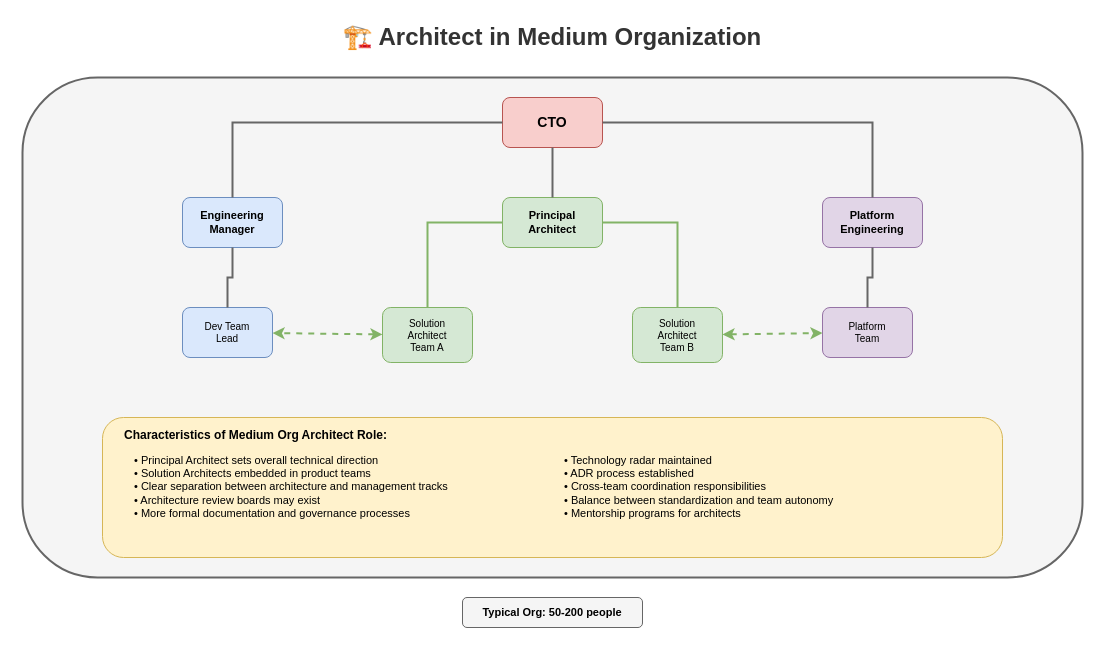
Before: lesson-00-software-architect-overview/02-organizational-positioning/2.2-org-structure-medium.drawio in MrParkerZ7/document-lesson-software-architect-x-claude, a draw.io diagram. Source tidied: cells renumbered, new cells numbered last; positions are measured from the earlier drawing's top-left corner, leaving out a move shared by most shapes. Both pictures are drawn from the tidied source at 100%, with x=0, y=0 at pixel (22, 17).
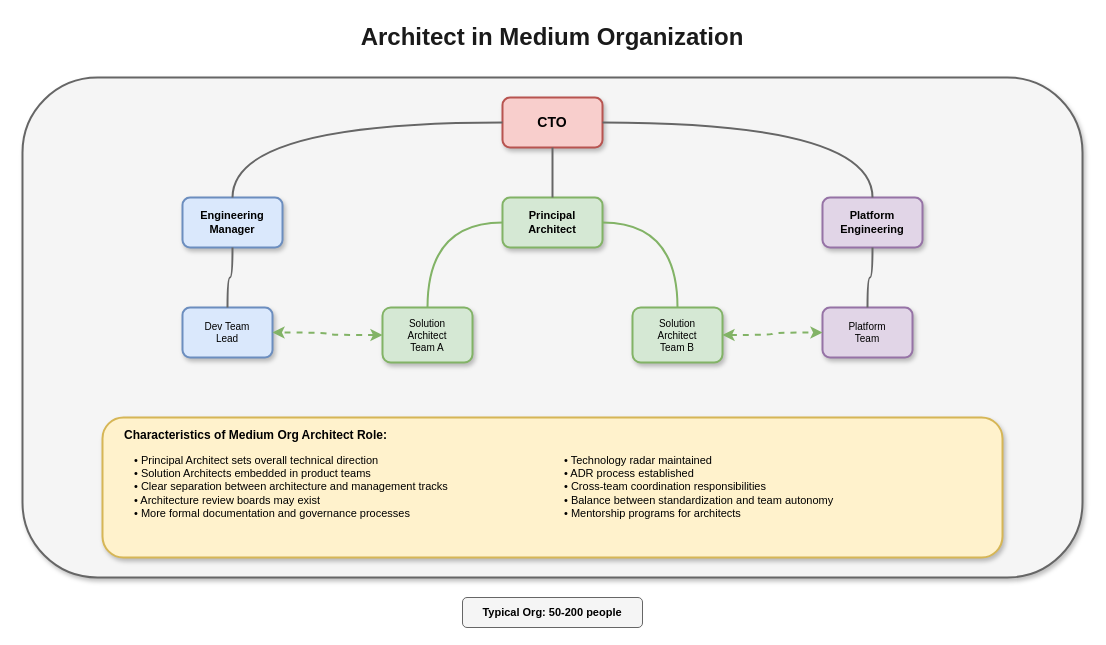
The same page after the edit.

The edit, as a diff of the source:
```diff
@@
-    <mxCell id="2" value="🏗️ Architect in Medium Organization" style="text;html=1;strokeColor=none;fillColor=none;align=center;verticalAlign=middle;whiteSpace=wrap;rounded=0;fontSize=24;fontStyle=1;fontColor=#333333;" parent="1" vertex="1">
+    <mxCell id="2" value="Architect in Medium Organization" style="text;html=1;strokeColor=none;fillColor=none;align=center;verticalAlign=middle;whiteSpace=wrap;rounded=0;fontSize=24;fontStyle=1;fontColor=#1a1a1a;" parent="1" vertex="1">
       <mxGeometry x="280" width="500" height="40" as="geometry" />
     </mxCell>
-    <mxCell id="3" style="rounded=1;whiteSpace=wrap;html=1;fillColor=#f5f5f5;strokeColor=#666666;strokeWidth=2;" parent="1" vertex="1">
+    <mxCell id="3" style="rounded=1;whiteSpace=wrap;html=1;fillColor=#f5f5f5;strokeColor=#666666;strokeWidth=2;shadow=1;" parent="1" vertex="1">
       <mxGeometry y="60" width="1060" height="500" as="geometry" />
     </mxCell>
-    <mxCell id="4" value="CTO" style="rounded=1;whiteSpace=wrap;html=1;fillColor=#f8cecc;strokeColor=#b85450;fontSize=14;fontStyle=1;" parent="1" vertex="1">
+    <mxCell id="4" value="CTO" style="rounded=1;whiteSpace=wrap;html=1;fillColor=#f8cecc;strokeColor=#b85450;fontSize=14;fontStyle=1;shadow=1;strokeWidth=2;" parent="1" vertex="1">
       <mxGeometry x="480" y="80" width="100" height="50" as="geometry" />
     </mxCell>
-    <mxCell id="5" value="Engineering&#10;Manager" style="rounded=1;whiteSpace=wrap;html=1;fillColor=#dae8fc;strokeColor=#6c8ebf;fontSize=11;fontStyle=1;" parent="1" vertex="1">
+    <mxCell id="5" value="Engineering&#10;Manager" style="rounded=1;whiteSpace=wrap;html=1;fillColor=#dae8fc;strokeColor=#6c8ebf;fontSize=11;fontStyle=1;shadow=1;strokeWidth=2;" parent="1" vertex="1">
       <mxGeometry x="160" y="180" width="100" height="50" as="geometry" />
     </mxCell>
-    <mxCell id="6" value="Principal&#10;Architect" style="rounded=1;whiteSpace=wrap;html=1;fillColor=#d5e8d4;strokeColor=#82b366;fontSize=11;fontStyle=1;" parent="1" vertex="1">
+    <mxCell id="6" value="Principal&#10;Architect" style="rounded=1;whiteSpace=wrap;html=1;fillColor=#d5e8d4;strokeColor=#82b366;fontSize=11;fontStyle=1;shadow=1;strokeWidth=2;" parent="1" vertex="1">
       <mxGeometry x="480" y="180" width="100" height="50" as="geometry" />
     </mxCell>
-    <mxCell id="7" value="Platform&#10;Engineering" style="rounded=1;whiteSpace=wrap;html=1;fillColor=#e1d5e7;strokeColor=#9673a6;fontSize=11;fontStyle=1;" parent="1" vertex="1">
+    <mxCell id="7" value="Platform&#10;Engineering" style="rounded=1;whiteSpace=wrap;html=1;fillColor=#e1d5e7;strokeColor=#9673a6;fontSize=11;fontStyle=1;shadow=1;strokeWidth=2;" parent="1" vertex="1">
       <mxGeometry x="800" y="180" width="100" height="50" as="geometry" />
     </mxCell>
-    <mxCell id="8" style="edgeStyle=orthogonalEdgeStyle;rounded=0;html=1;strokeColor=#666666;strokeWidth=2;endArrow=none;" parent="1" edge="1" source="4" target="5">
+    <mxCell id="8" style="edgeStyle=orthogonalEdgeStyle;curved=1;rounded=1;html=1;strokeColor=#666666;strokeWidth=2;endArrow=none;jumpStyle=arc;jumpSize=10;" parent="1" edge="1" source="4" target="5">
       <mxGeometry relative="1" as="geometry" />
     </mxCell>
-    <mxCell id="9" style="edgeStyle=orthogonalEdgeStyle;rounded=0;html=1;strokeColor=#666666;strokeWidth=2;endArrow=none;" parent="1" edge="1" source="4" target="6">
+    <mxCell id="9" style="edgeStyle=orthogonalEdgeStyle;curved=1;rounded=1;html=1;strokeColor=#666666;strokeWidth=2;endArrow=none;jumpStyle=arc;jumpSize=10;" parent="1" edge="1" source="4" target="6">
       <mxGeometry relative="1" as="geometry" />
     </mxCell>
-    <mxCell id="10" style="edgeStyle=orthogonalEdgeStyle;rounded=0;html=1;strokeColor=#666666;strokeWidth=2;endArrow=none;" parent="1" edge="1" source="4" target="7">
+    <mxCell id="10" style="edgeStyle=orthogonalEdgeStyle;curved=1;rounded=1;html=1;strokeColor=#666666;strokeWidth=2;endArrow=none;jumpStyle=arc;jumpSize=10;" parent="1" edge="1" source="4" target="7">
       <mxGeometry relative="1" as="geometry" />
     </mxCell>
-    <mxCell id="11" value="Solution&#10;Architect&#10;Team A" style="rounded=1;whiteSpace=wrap;html=1;fillColor=#d5e8d4;strokeColor=#82b366;fontSize=10;" parent="1" vertex="1">
+    <mxCell id="11" value="Solution&#10;Architect&#10;Team A" style="rounded=1;whiteSpace=wrap;html=1;fillColor=#d5e8d4;strokeColor=#82b366;fontSize=10;shadow=1;strokeWidth=2;" parent="1" vertex="1">
       <mxGeometry x="360" y="290" width="90" height="55" as="geometry" />
     </mxCell>
-    <mxCell id="12" value="Solution&#10;Architect&#10;Team B" style="rounded=1;whiteSpace=wrap;html=1;fillColor=#d5e8d4;strokeColor=#82b366;fontSize=10;" parent="1" vertex="1">
+    <mxCell id="12" value="Solution&#10;Architect&#10;Team B" style="rounded=1;whiteSpace=wrap;html=1;fillColor=#d5e8d4;strokeColor=#82b366;fontSize=10;shadow=1;strokeWidth=2;" parent="1" vertex="1">
       <mxGeometry x="610" y="290" width="90" height="55" as="geometry" />
     </mxCell>
-    <mxCell id="13" style="edgeStyle=orthogonalEdgeStyle;rounded=0;html=1;strokeColor=#82b366;strokeWidth=2;endArrow=none;" parent="1" edge="1" source="6" target="11">
+    <mxCell id="13" style="edgeStyle=orthogonalEdgeStyle;curved=1;rounded=1;html=1;strokeColor=#82b366;strokeWidth=2;endArrow=none;jumpStyle=arc;jumpSize=10;" parent="1" edge="1" source="6" target="11">
       <mxGeometry relative="1" as="geometry" />
     </mxCell>
-    <mxCell id="14" style="edgeStyle=orthogonalEdgeStyle;rounded=0;html=1;strokeColor=#82b366;strokeWidth=2;endArrow=none;" parent="1" edge="1" source="6" target="12">
+    <mxCell id="14" style="edgeStyle=orthogonalEdgeStyle;curved=1;rounded=1;html=1;strokeColor=#82b366;strokeWidth=2;endArrow=none;jumpStyle=arc;jumpSize=10;" parent="1" edge="1" source="6" target="12">
       <mxGeometry relative="1" as="geometry" />
     </mxCell>
-    <mxCell id="15" value="Dev Team&#10;Lead" style="rounded=1;whiteSpace=wrap;html=1;fillColor=#dae8fc;strokeColor=#6c8ebf;fontSize=10;" parent="1" vertex="1">
+    <mxCell id="15" value="Dev Team&#10;Lead" style="rounded=1;whiteSpace=wrap;html=1;fillColor=#dae8fc;strokeColor=#6c8ebf;fontSize=10;shadow=1;strokeWidth=2;" parent="1" vertex="1">
       <mxGeometry x="160" y="290" width="90" height="50" as="geometry" />
     </mxCell>
-    <mxCell id="16" style="edgeStyle=orthogonalEdgeStyle;rounded=0;html=1;strokeColor=#666666;strokeWidth=2;endArrow=none;" parent="1" edge="1" source="5" target="15">
+    <mxCell id="16" style="edgeStyle=orthogonalEdgeStyle;curved=1;rounded=1;html=1;strokeColor=#666666;strokeWidth=2;endArrow=none;jumpStyle=arc;jumpSize=10;" parent="1" edge="1" source="5" target="15">
       <mxGeometry relative="1" as="geometry" />
     </mxCell>
-    <mxCell id="17" value="Platform&#10;Team" style="rounded=1;whiteSpace=wrap;html=1;fillColor=#e1d5e7;strokeColor=#9673a6;fontSize=10;" parent="1" vertex="1">
+    <mxCell id="17" value="Platform&#10;Team" style="rounded=1;whiteSpace=wrap;html=1;fillColor=#e1d5e7;strokeColor=#9673a6;fontSize=10;shadow=1;strokeWidth=2;" parent="1" vertex="1">
       <mxGeometry x="800" y="290" width="90" height="50" as="geometry" />
     </mxCell>
-    <mxCell id="18" style="edgeStyle=orthogonalEdgeStyle;rounded=0;html=1;strokeColor=#666666;strokeWidth=2;endArrow=none;" parent="1" edge="1" source="7" target="17">
+    <mxCell id="18" style="edgeStyle=orthogonalEdgeStyle;curved=1;rounded=1;html=1;strokeColor=#666666;strokeWidth=2;endArrow=none;jumpStyle=arc;jumpSize=10;" parent="1" edge="1" source="7" target="17">
       <mxGeometry relative="1" as="geometry" />
     </mxCell>
-    <mxCell id="19" style="edgeStyle=none;rounded=0;html=1;strokeColor=#82b366;strokeWidth=2;dashed=1;endArrow=classic;endFill=1;startArrow=classic;startFill=1;" parent="1" edge="1" source="11" target="15">
+    <mxCell id="19" style="edgeStyle=orthogonalEdgeStyle;curved=1;rounded=1;html=1;strokeColor=#82b366;strokeWidth=2;dashed=1;endArrow=classic;endFill=1;startArrow=classic;startFill=1;jumpStyle=arc;jumpSize=10;" parent="1" edge="1" source="11" target="15">
       <mxGeometry relative="1" as="geometry" />
     </mxCell>
-    <mxCell id="20" style="edgeStyle=none;rounded=0;html=1;strokeColor=#82b366;strokeWidth=2;dashed=1;endArrow=classic;endFill=1;startArrow=classic;startFill=1;" parent="1" edge="1" source="12" target="17">
+    <mxCell id="20" style="edgeStyle=orthogonalEdgeStyle;curved=1;rounded=1;html=1;strokeColor=#82b366;strokeWidth=2;dashed=1;endArrow=classic;endFill=1;startArrow=classic;startFill=1;jumpStyle=arc;jumpSize=10;" parent="1" edge="1" source="12" target="17">
       <mxGeometry relative="1" as="geometry" />
     </mxCell>
-    <mxCell id="21" style="rounded=1;whiteSpace=wrap;html=1;fillColor=#fff2cc;strokeColor=#d6b656;strokeWidth=1;" parent="1" vertex="1">
+    <mxCell id="21" style="rounded=1;whiteSpace=wrap;html=1;fillColor=#fff2cc;strokeColor=#d6b656;strokeWidth=2;shadow=1;" parent="1" vertex="1">
       <mxGeometry x="80" y="400" width="900" height="140" as="geometry" />
     </mxCell>
```
